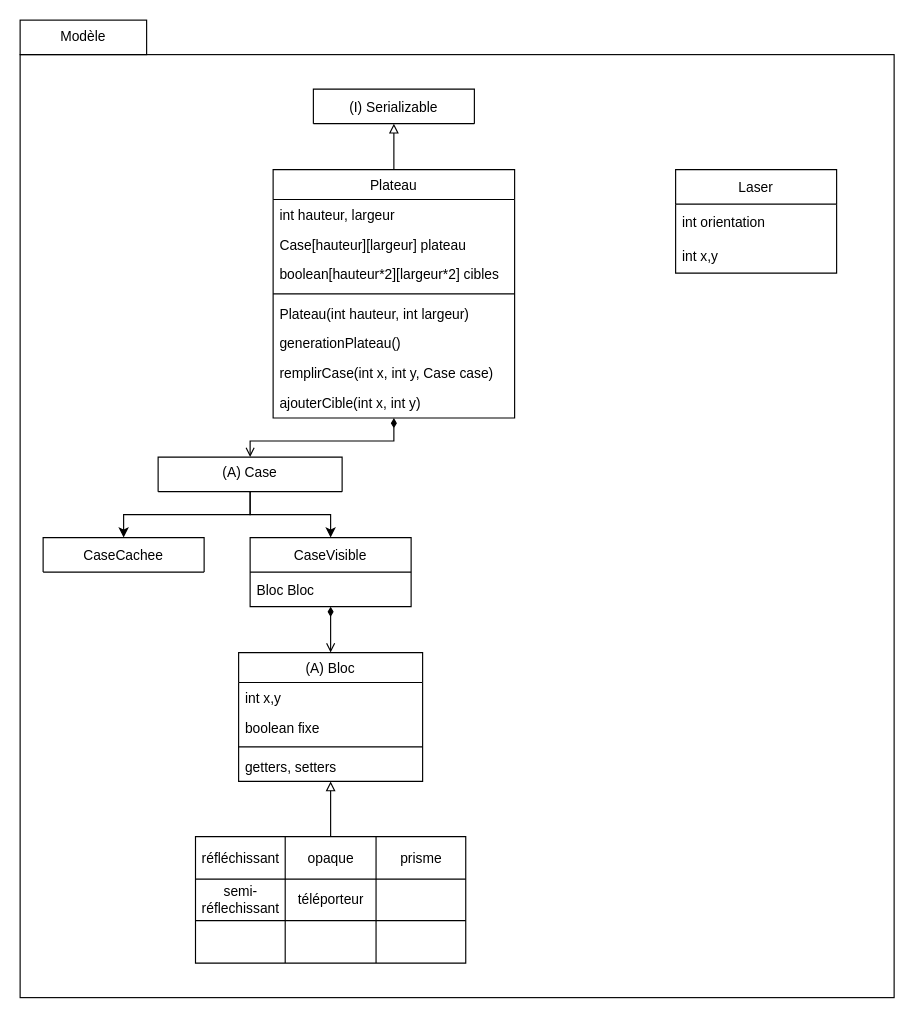
Yannn25/LazorGame keeps this draw.io diagram as Diagramme de classes.drawio. Above is the earlier version. Source tidied: cells renumbered, new cells numbered last; positions are measured from the earlier drawing's top-left corner, leaving out a move shared by most shapes. Both pictures are drawn from the tidied source at 115%, with x=0, y=0 at pixel (20, 20).
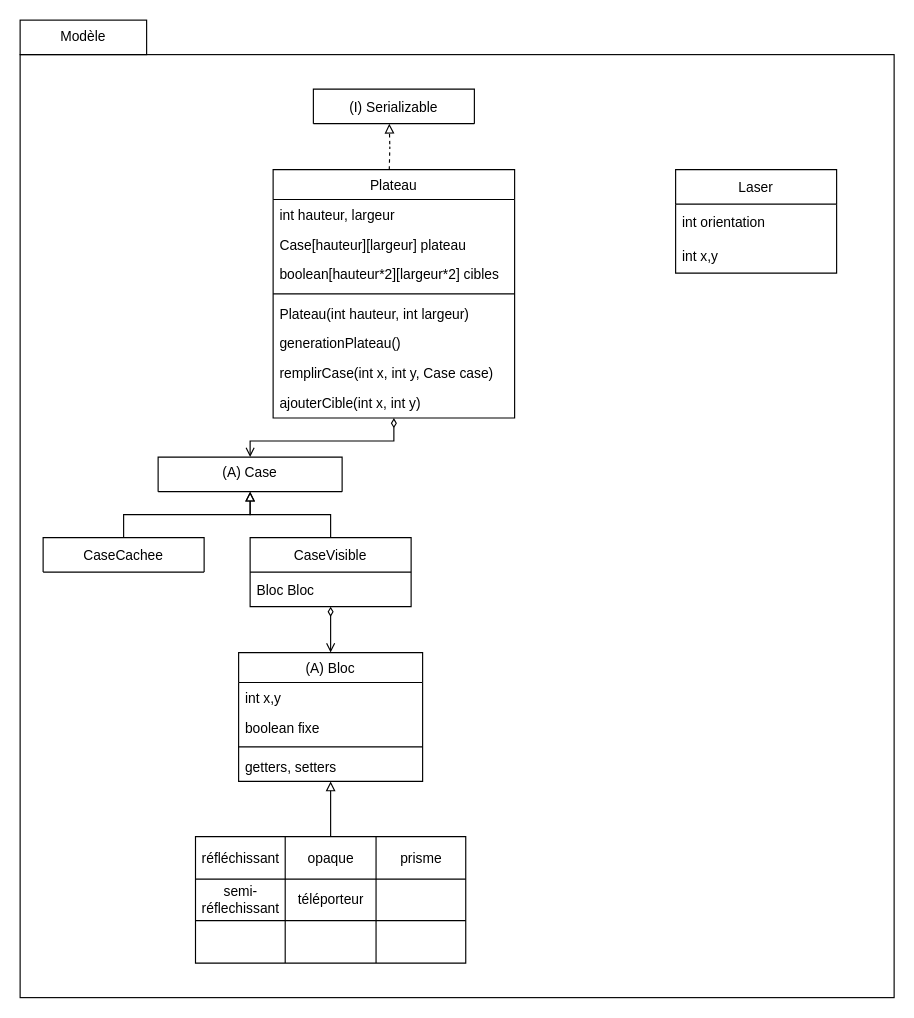
Above is the later version.

Commit message (it also covers changes not shown here):
Petit changement sur le diagramme

The change refers to these unchanged cells:
```xml
<mxCell id="5" value="Plateau" style="swimlane;fontStyle=0;align=center;verticalAlign=top;horizontal=1;startSize=26;rounded=0;shadow=0;strokeWidth=1;" parent="1" vertex="1">
  <mxGeometry x="220" y="130" width="210" height="216" as="geometry" />
</mxCell>
<mxCell id="17" value="(A) Case" style="swimlane;fontStyle=0;align=center;verticalAlign=top;horizontal=1;startSize=30;rounded=0;shadow=0;strokeWidth=1;" parent="1" vertex="1">
  <mxGeometry x="120" y="380" width="160" height="30" as="geometry" />
</mxCell>
<mxCell id="18" value="(A) Bloc" style="swimlane;fontStyle=0;align=center;verticalAlign=top;horizontal=1;startSize=26;rounded=0;shadow=0;strokeWidth=1;" parent="1" vertex="1">
  <mxGeometry x="190" y="550" width="160" height="112" as="geometry" />
</mxCell>
<mxCell id="40" value="(I) Serializable" style="swimlane;fontStyle=0;horizontal=1;startSize=30;" parent="1" vertex="1">
  <mxGeometry x="255" y="60" width="140" height="30" as="geometry" />
</mxCell>
<mxCell id="42" value="CaseCachee" style="swimlane;fontStyle=0;horizontal=1;startSize=30;" parent="1" vertex="1">
  <mxGeometry x="20" y="450" width="140" height="30" as="geometry" />
</mxCell>
<mxCell id="43" value="CaseVisible" style="swimlane;fontStyle=0;horizontal=1;startSize=30;" parent="1" vertex="1">
  <mxGeometry x="200" y="450" width="140" height="60" as="geometry" />
</mxCell>
```

What changed in the source:
```diff
@@
-    <mxCell id="3" style="edgeStyle=orthogonalEdgeStyle;rounded=0;jettySize=auto;html=1;startArrow=diamondThin;startFill=1;endArrow=open;endFill=0;strokeColor=default;" parent="1" edge="1" source="5" target="17">
+    <mxCell id="3" style="edgeStyle=orthogonalEdgeStyle;rounded=0;jettySize=auto;html=1;startArrow=diamondThin;startFill=0;endArrow=open;endFill=0;strokeColor=default;" parent="1" edge="1" source="5" target="17">
       <mxGeometry relative="1" as="geometry" />
     </mxCell>
-    <mxCell id="4" style="edgeStyle=orthogonalEdgeStyle;rounded=0;jettySize=auto;html=1;entryX=0.5;entryY=1;entryDx=0;entryDy=0;startArrow=none;startFill=0;endArrow=block;endFill=0;strokeColor=default;" parent="1" edge="1" source="5" target="40">
-      <mxGeometry relative="1" as="geometry" />
+    <mxCell id="4" style="edgeStyle=orthogonalEdgeStyle;rounded=0;orthogonalLoop=1;jettySize=auto;html=1;entryX=0.5;entryY=1;entryDx=0;entryDy=0;startArrow=none;startFill=0;endArrow=block;endFill=0;strokeColor=default;dashed=1;" parent="1" edge="1">
+      <mxGeometry relative="1" as="geometry">
+        <mxPoint x="321" y="130" as="sourcePoint" />
+        <mxPoint x="321" y="90" as="targetPoint" />
+      </mxGeometry>
     </mxCell>
@@
-    <mxCell id="14" style="edgeStyle=orthogonalEdgeStyle;rounded=0;jettySize=auto;html=1;startArrow=diamondThin;startFill=1;endArrow=open;endFill=0;strokeColor=default;entryX=0.5;entryY=0;entryDx=0;entryDy=0;" parent="1" edge="1" source="43" target="18">
+    <mxCell id="14" style="edgeStyle=orthogonalEdgeStyle;rounded=0;jettySize=auto;html=1;startArrow=diamondThin;startFill=0;endArrow=open;endFill=0;strokeColor=default;entryX=0.5;entryY=0;entryDx=0;entryDy=0;" parent="1" edge="1" source="43" target="18">
       <mxGeometry relative="1" as="geometry" />
     </mxCell>
-    <mxCell id="15" style="edgeStyle=orthogonalEdgeStyle;rounded=0;jettySize=auto;html=1;entryX=0.5;entryY=0;entryDx=0;entryDy=0;" parent="1" edge="1" source="17" target="42">
+    <mxCell id="15" style="edgeStyle=orthogonalEdgeStyle;rounded=0;jettySize=auto;html=1;entryX=0.5;entryY=0;entryDx=0;entryDy=0;endArrow=none;endFill=0;startArrow=block;startFill=0;" parent="1" edge="1" source="17" target="42">
       <mxGeometry relative="1" as="geometry" />
     </mxCell>
-    <mxCell id="16" style="edgeStyle=orthogonalEdgeStyle;rounded=0;jettySize=auto;html=1;exitX=0.5;exitY=1;exitDx=0;exitDy=0;entryX=0.5;entryY=0;entryDx=0;entryDy=0;" parent="1" edge="1" source="17" target="43">
+    <mxCell id="16" style="edgeStyle=orthogonalEdgeStyle;rounded=0;jettySize=auto;html=1;exitX=0.5;exitY=1;exitDx=0;exitDy=0;entryX=0.5;entryY=0;entryDx=0;entryDy=0;endArrow=none;endFill=0;startArrow=block;startFill=0;" parent="1" edge="1" source="17" target="43">
       <mxGeometry relative="1" as="geometry" />
     </mxCell>
```
